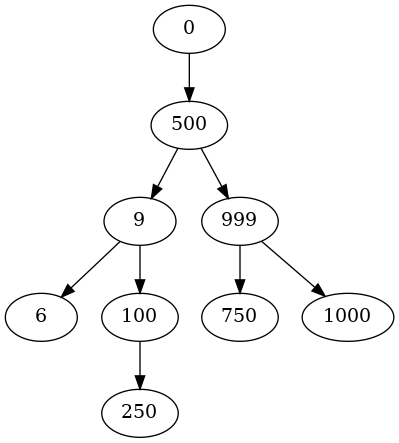
Earlier version of the Graphviz export Images/Tree.png (BiscuitsLayer/AVL). Its source is kept beside it as Images/Tree.dot.
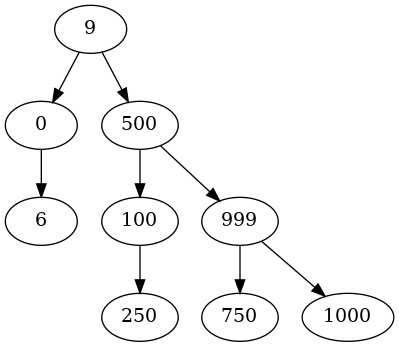
The same file after the commit.

Change to the diagram source:
```diff
@@ -1,14 +1,14 @@
 digraph G {
 fontsize = 50
+1[label = "9"]
 0[label = "0"]
+1 -> 0
+8[label = "6"]
+0 -> 8
 4[label = "500"]
-0 -> 4
-1[label = "9"]
-4 -> 1
-8[label = "6"]
-1 -> 8
+1 -> 4
 5[label = "100"]
-1 -> 5
+4 -> 5
 7[label = "250"]
 5 -> 7
 2[label = "999"]
```
